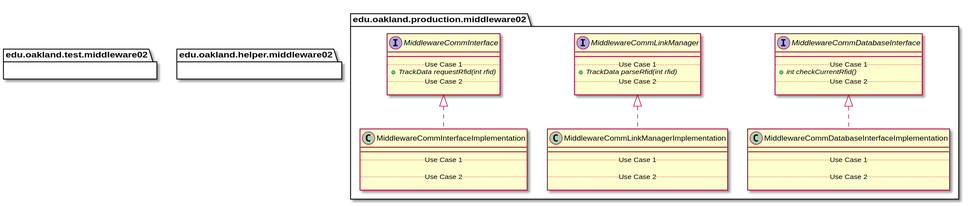
The PlantUML diagram docs/uml-class-diagrams/middleware02/Middleware02Packages_InternalDependencies.svg in elilley15/csi-3370-software-project, before a commit. Source of this version:
```plantuml
@startuml Middleware02Packages_InternalDependencies


package edu.oakland.production.middleware02 {

}


package edu.oakland.production.middleware02 {
    interface MiddlewareCommInterface {
        __
        .. Use Case 1 ..
        {abstract} + TrackData requestRfid(int rfid)
        .. Use Case 2 ..

    }
}


package edu.oakland.production.middleware02 {
    interface MiddlewareCommLinkManager {
        __
        .. Use Case 1 ..
        {abstract} + TrackData parseRfid(int rfid)
        .. Use Case 2 ..

    }
}


package edu.oakland.production.middleware02 {
    interface MiddlewareCommDatabaseInterface {
        __
        .. Use Case 1 ..
        {abstract} + int checkCurrentRfid()
        .. Use Case 2 ..

    }
}


package edu.oakland.production.middleware02 {
    class MiddlewareCommInterfaceImplementation {
        __
        .. Use Case 1 ..

        .. Use Case 2 ..

    }
}


MiddlewareCommInterfaceImplementation .up.|> MiddlewareCommInterface

package edu.oakland.production.middleware02 {
    class MiddlewareCommLinkManagerImplementation {
        __
        .. Use Case 1 ..

        .. Use Case 2 ..

    }
}


MiddlewareCommLinkManagerImplementation .up.|> MiddlewareCommLinkManager

package edu.oakland.production.middleware02 {
    class MiddlewareCommDatabaseInterfaceImplementation {
        __
        .. Use Case 1 ..

        .. Use Case 2 ..

    }
}


MiddlewareCommDatabaseInterfaceImplementation .up.|> MiddlewareCommDatabaseInterface








package edu.oakland.test.middleware02 {

}


package edu.oakland.helper.middleware02 {

}


@enduml
```
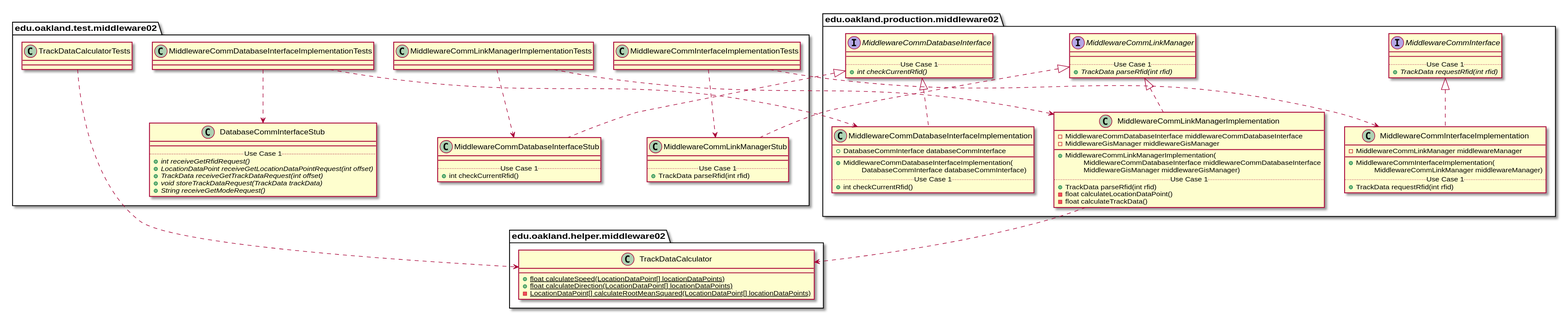
After the change.

What changed in the source:
```diff
@@ -11,8 +11,6 @@
         __
         .. Use Case 1 ..
         {abstract} + TrackData requestRfid(int rfid)
-        .. Use Case 2 ..
-
     }
 }
 
@@ -22,8 +20,6 @@
         __
         .. Use Case 1 ..
         {abstract} + TrackData parseRfid(int rfid)
-        .. Use Case 2 ..
-
     }
 }
 
@@ -33,20 +29,18 @@
         __
         .. Use Case 1 ..
         {abstract} + int checkCurrentRfid()
-        .. Use Case 2 ..
-
     }
 }
 
 
 package edu.oakland.production.middleware02 {
     class MiddlewareCommInterfaceImplementation {
+        - MiddlewareCommLinkManager middlewareManager
         __
+        + MiddlewareCommInterfaceImplementation(
+        \tMiddlewareCommLinkManager middlewareManager)
         .. Use Case 1 ..
-
-        .. Use Case 2 ..
-
-    }
+        + TrackData requestRfid(int rfid)
 }
 
 
@@ -54,11 +48,16 @@
 
 package edu.oakland.production.middleware02 {
     class MiddlewareCommLinkManagerImplementation {
+        - MiddlewareCommDatabaseInterface middlewareCommDatabaseInterface
+        - MiddlewareGisManager middlewareGisManager
         __
+        + MiddlewareCommLinkManagerImplementation(
+        \tMiddlewareCommDatabaseInterface middlewareCommDatabaseInterface
+        \tMiddlewareGisManager middlewareGisManager)
         .. Use Case 1 ..
-
-        .. Use Case 2 ..
-
+        + TrackData parseRfid(int rfid)
+        - float calculateLocationDataPoint()
+        - float calculateTrackData()
     }
 }
 
@@ -67,11 +66,12 @@
 
 package edu.oakland.production.middleware02 {
     class MiddlewareCommDatabaseInterfaceImplementation {
+        + DatabaseCommInterface databaseCommInterface
         __
+        + MiddlewareCommDatabaseInterfaceImplementation(
+        \tDatabaseCommInterface databaseCommInterface)
         .. Use Case 1 ..
-
-        .. Use Case 2 ..
-
+        + int checkCurrentRfid()
     }
 }
 
@@ -83,6 +83,15 @@
 
 
 
+package edu.oakland.helper.middleware02 {
+    class TrackDataCalculator {
+        {static} + float calculateSpeed(LocationDataPoint[] locationDataPoints)
+        {static} + float calculateDirection(LocationDataPoint[] locationDataPoints)
+        {static} - LocationDataPoint[] calculateRootMeanSquared(LocationDataPoint[] locationDataPoints)
+    }
+}
+
+MiddlewareCommLinkManagerImplementation ..> TrackDataCalculator
 
 
 package edu.oakland.test.middleware02 {
@@ -90,9 +99,84 @@
 }
 
 
+package edu.oakland.test.middleware02 {
+    class MiddlewareCommInterfaceImplementationTests {
+
+    }
+}
+
+
+
+package edu.oakland.test.middleware02 {
+    class MiddlewareCommLinkManagerStub {
+        __
+        .. Use Case 1 ..
+        + TrackData parseRfid(int rfid)
+    }
+}
+
+MiddlewareCommInterfaceImplementationTests ..> MiddlewareCommLinkManagerStub
+
+package edu.oakland.test.middleware02 {
+    class MiddlewareCommLinkManagerImplementationTests {
+
+    }
+}
+
+
+
+package edu.oakland.test.middleware02 {
+    class MiddlewareCommDatabaseInterfaceStub {
+        __
+        .. Use Case 1 ..
+        + int checkCurrentRfid()
+    }
+}
+
+MiddlewareCommLinkManagerImplementationTests ..> MiddlewareCommDatabaseInterfaceStub
+
+package edu.oakland.test.middleware02 {
+    class MiddlewareCommDatabaseInterfaceImplementationTests {
+
+    }
+}
+
+
+
+package edu.oakland.test.middleware02 {
+    class DatabaseCommInterfaceStub {
+        __
+        .. Use Case 1 ..
+        {abstract} + int receiveGetRfidRequest()
+        {abstract} + LocationDataPoint receiveGetLocationDataPointRequest(int offset)
+        {abstract} + TrackData receiveGetTrackDataRequest(int offset)
+        {abstract} + void storeTrackDataRequest(TrackData trackData)
+        {abstract} + String receiveGetModeRequest()
+    }
+}
+
+MiddlewareCommDatabaseInterfaceImplementationTests ..> DatabaseCommInterfaceStub
+
+package edu.oakland.test.middleware02 {
+    class TrackDataCalculatorTests {
+
+    }
+}
+
+
+MiddlewareCommInterfaceImplementationTests ..> MiddlewareCommInterfaceImplementation
+MiddlewareCommLinkManagerImplementationTests ..> MiddlewareCommLinkManagerImplementation
+MiddlewareCommDatabaseInterfaceImplementationTests ..> MiddlewareCommDatabaseInterfaceImplementation
+TrackDataCalculatorTests ..> TrackDataCalculator
+MiddlewareCommLinkManagerStub .up.|> MiddlewareCommLinkManager
+MiddlewareCommDatabaseInterfaceStub .up.|> MiddlewareCommDatabaseInterface
+
+
 package edu.oakland.helper.middleware02 {
 
 }
 
 
+
+
 @enduml
```
